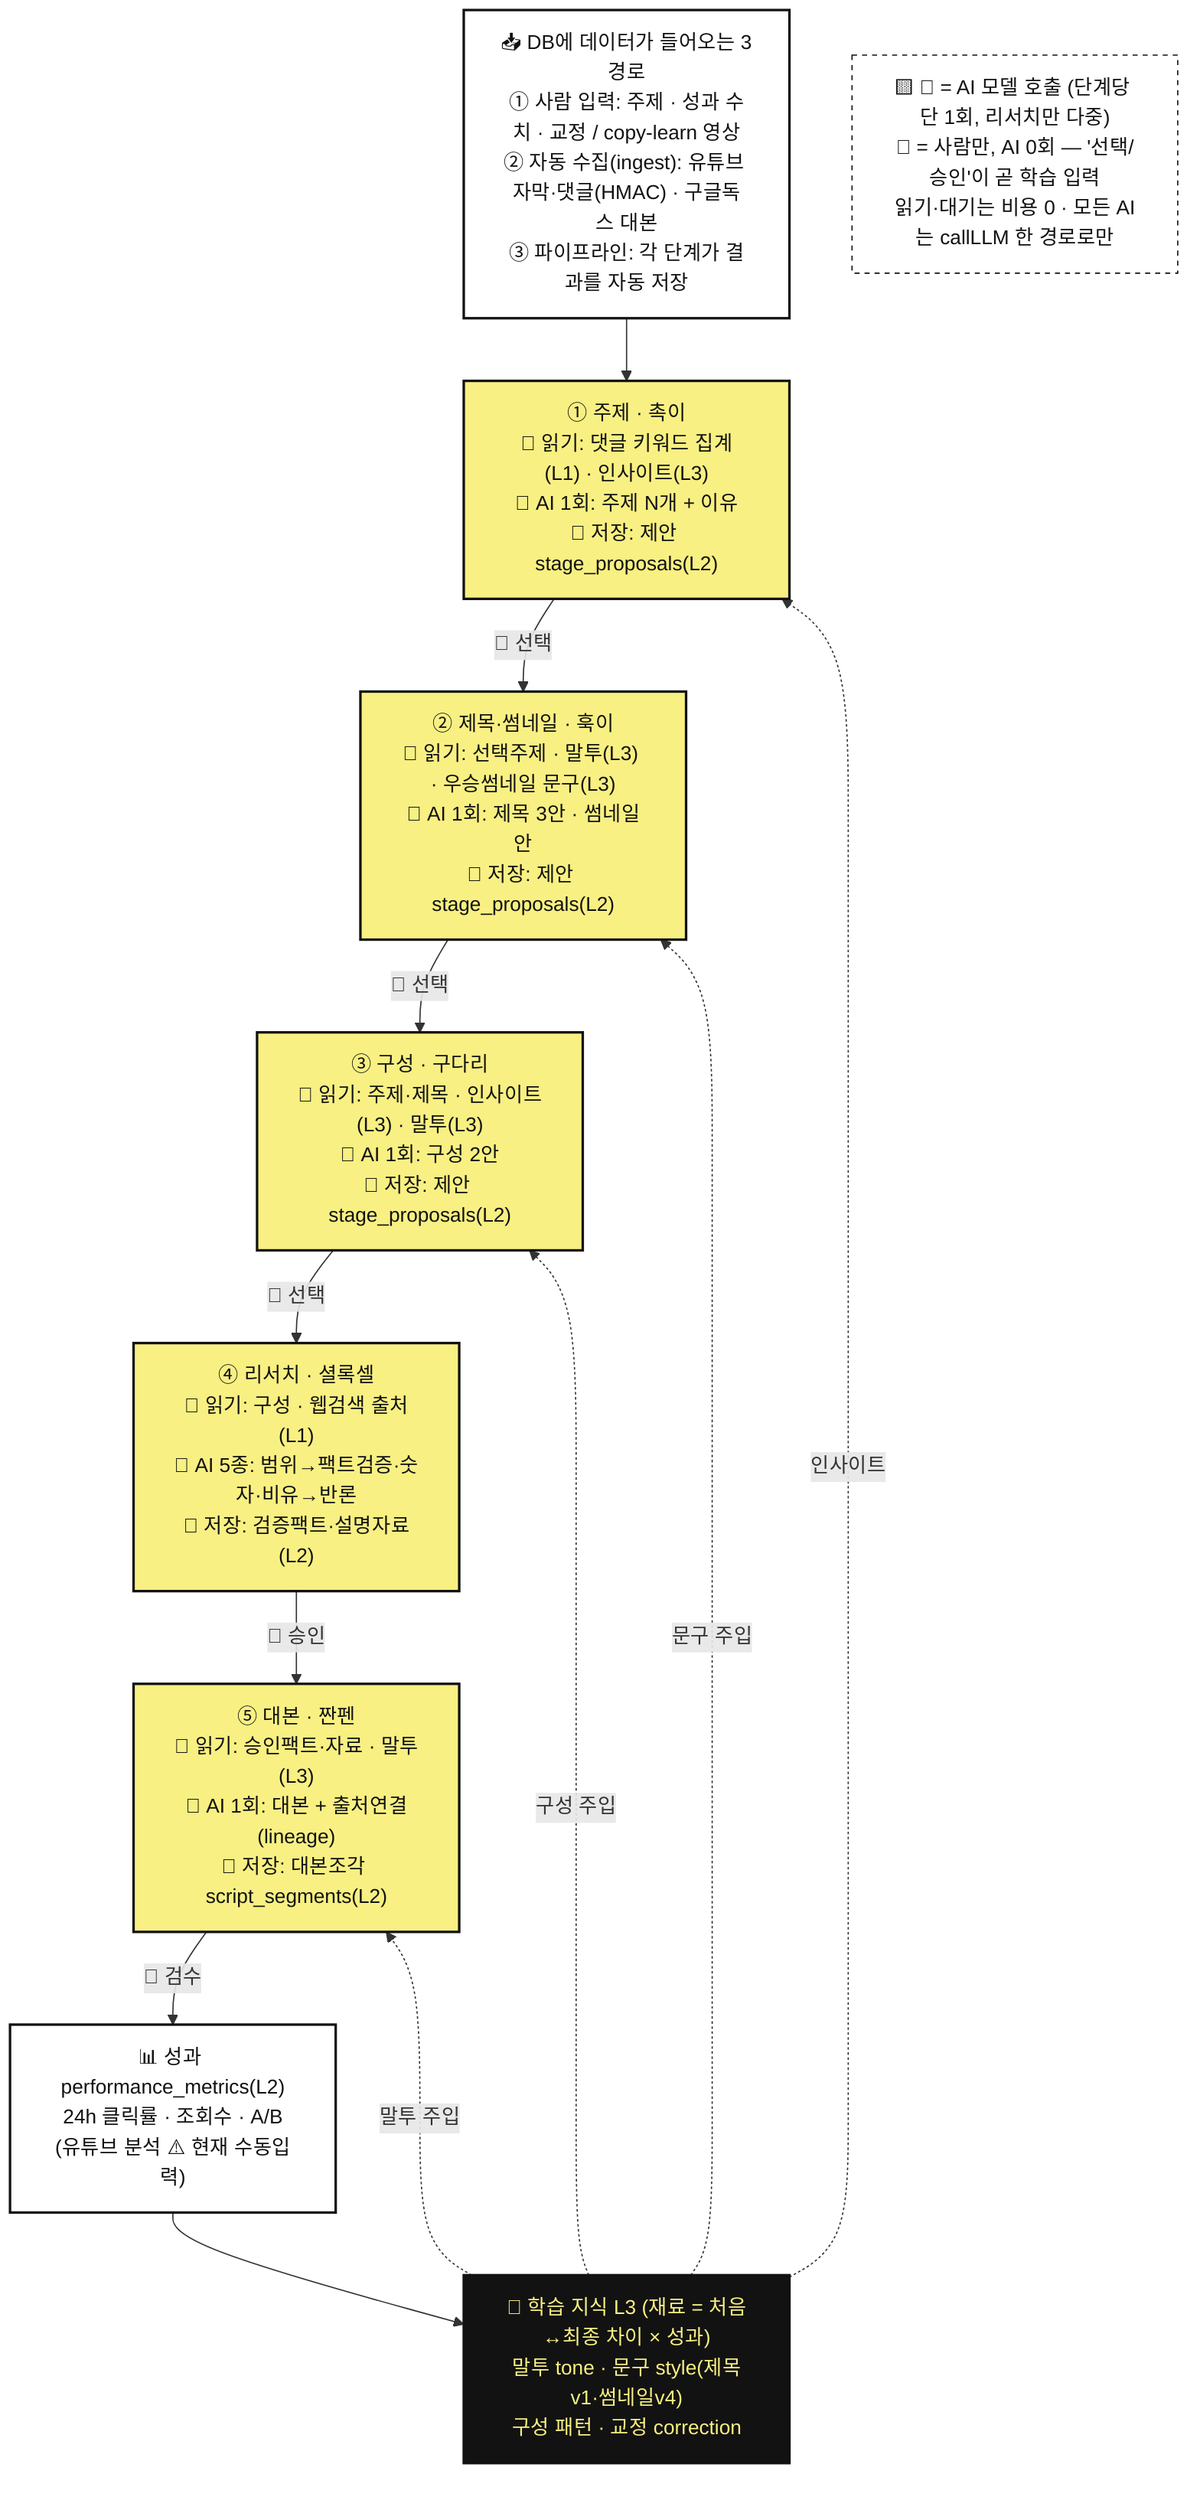
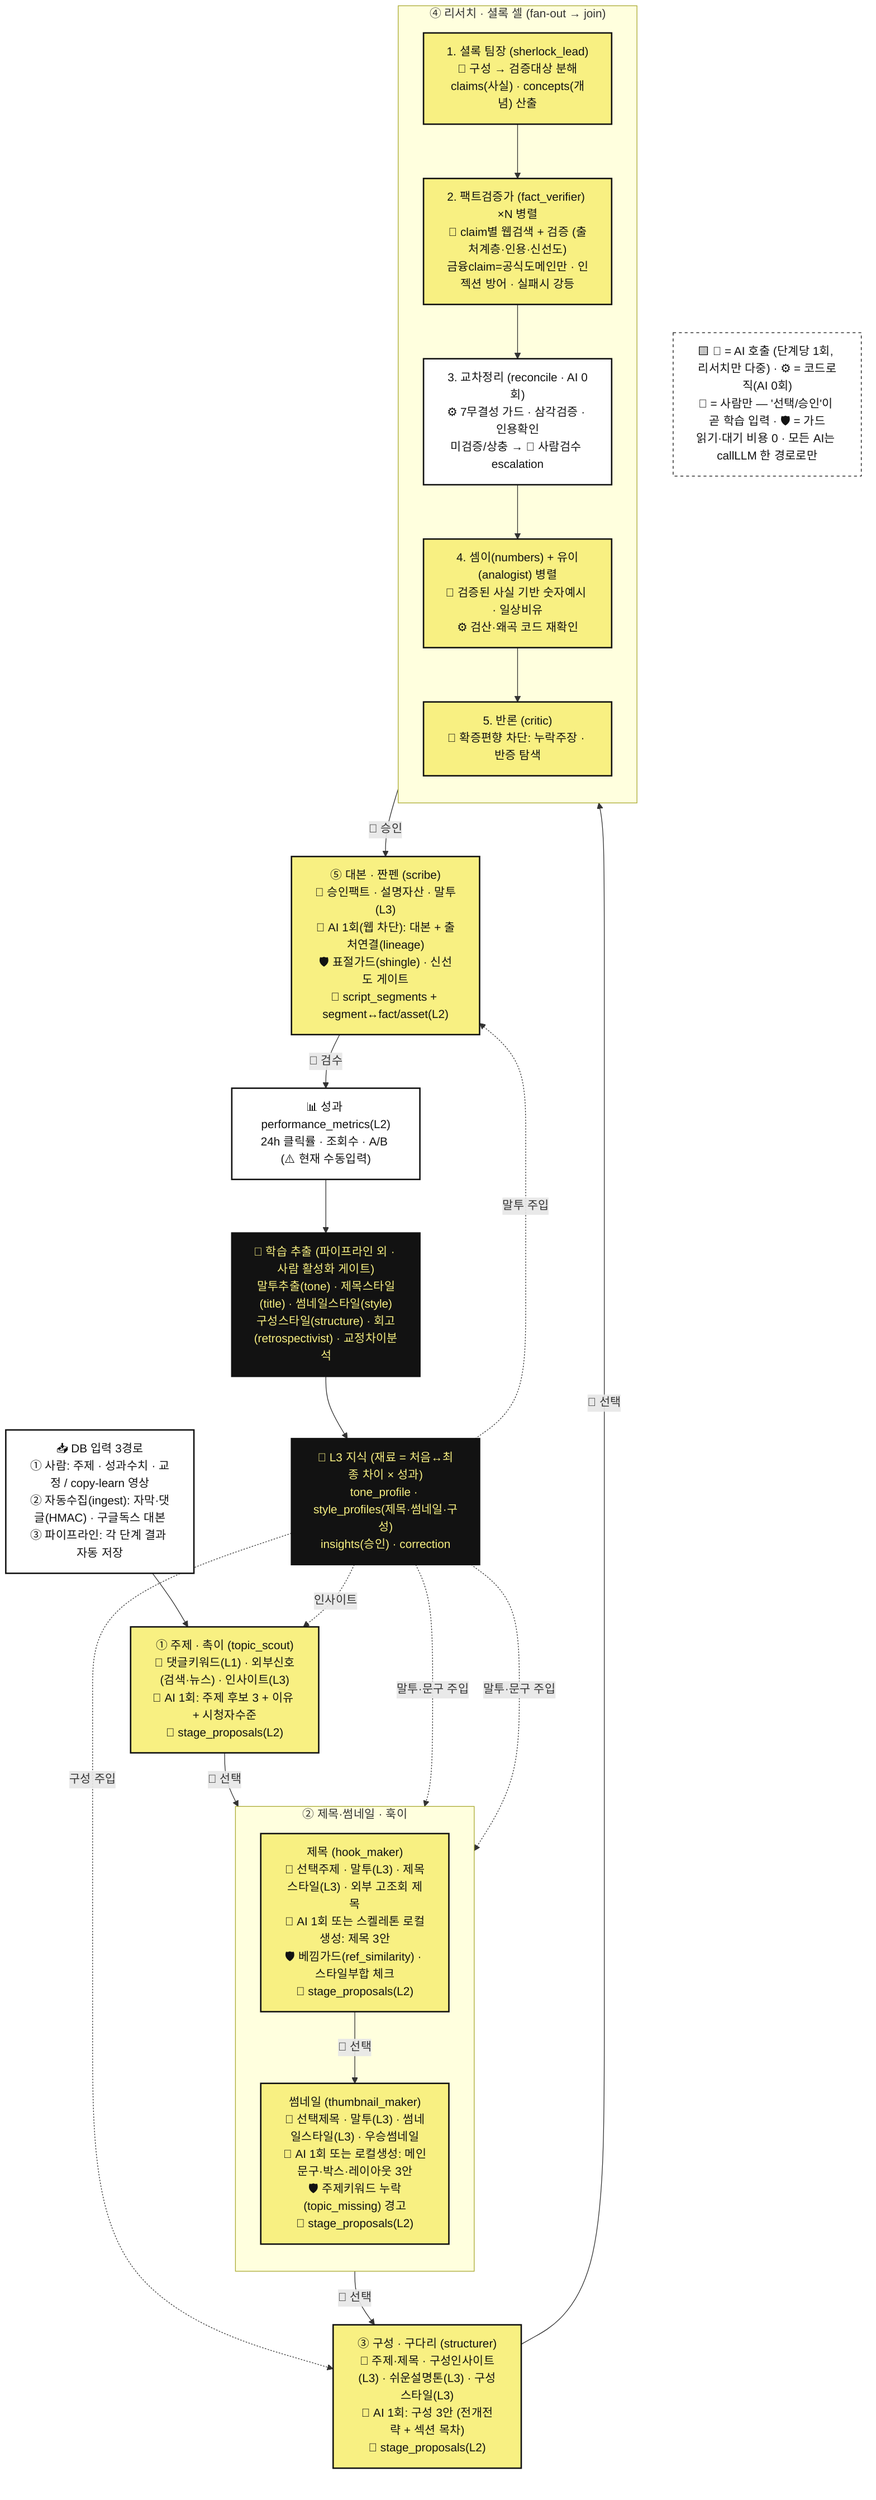
graph TD
-   INP["📥 DB에 데이터가 들어오는 3경로<br/>① 사람 입력: 주제 · 성과 수치 · 교정 / copy-learn 영상<br/>② 자동 수집(ingest): 유튜브 자막·댓글(HMAC) · 구글독스 대본<br/>③ 파이프라인: 각 단계가 결과를 자동 저장"]:::in
+   INP["📥 DB 입력 3경로<br/>① 사람: 주제 · 성과수치 · 교정 / copy-learn 영상<br/>② 자동수집(ingest): 자막·댓글(HMAC) · 구글독스 대본<br/>③ 파이프라인: 각 단계 결과 자동 저장"]:::in

-   S1["① 주제 · 촉이<br/>📖 읽기: 댓글 키워드 집계(L1) · 인사이트(L3)<br/>🤖 AI 1회: 주제 N개 + 이유<br/>💾 저장: 제안 stage_proposals(L2)"]:::step
-   S2["② 제목·썸네일 · 훅이<br/>📖 읽기: 선택주제 · 말투(L3) · 우승썸네일 문구(L3)<br/>🤖 AI 1회: 제목 3안 · 썸네일안<br/>💾 저장: 제안 stage_proposals(L2)"]:::step
-   S3["③ 구성 · 구다리<br/>📖 읽기: 주제·제목 · 인사이트(L3) · 말투(L3)<br/>🤖 AI 1회: 구성 2안<br/>💾 저장: 제안 stage_proposals(L2)"]:::step
-   S4["④ 리서치 · 셜록셀<br/>📖 읽기: 구성 · 웹검색 출처(L1)<br/>🤖 AI 5종: 범위→팩트검증·숫자·비유→반론<br/>💾 저장: 검증팩트·설명자료(L2)"]:::step
-   S5["⑤ 대본 · 짠펜<br/>📖 읽기: 승인팩트·자료 · 말투(L3)<br/>🤖 AI 1회: 대본 + 출처연결(lineage)<br/>💾 저장: 대본조각 script_segments(L2)"]:::step
+   S1["① 주제 · 촉이 (topic_scout)<br/>📖 댓글키워드(L1) · 외부신호(검색·뉴스) · 인사이트(L3)<br/>🤖 AI 1회: 주제 후보 3 + 이유 + 시청자수준<br/>💾 stage_proposals(L2)"]:::step

-   PERF["📊 성과 performance_metrics(L2)<br/>24h 클릭률 · 조회수 · A/B<br/>(유튜브 분석 ⚠️ 현재 수동입력)"]:::data
-   LEARN["🧠 학습 지식 L3 (재료 = 처음↔최종 차이 × 성과)<br/>말투 tone · 문구 style(제목v1·썸네일v4)<br/>구성 패턴 · 교정 correction"]:::learn
+   subgraph H["② 제목·썸네일 · 훅이"]
+     direction TB
+     T1["제목 (hook_maker)<br/>📖 선택주제 · 말투(L3) · 제목스타일(L3) · 외부 고조회 제목<br/>🤖 AI 1회 또는 스켈레톤 로컬생성: 제목 3안<br/>🛡️ 베낌가드(ref_similarity) · 스타일부합 체크<br/>💾 stage_proposals(L2)"]:::step
+     T2["썸네일 (thumbnail_maker)<br/>📖 선택제목 · 말투(L3) · 썸네일스타일(L3) · 우승썸네일<br/>🤖 AI 1회 또는 로컬생성: 메인문구·박스·레이아웃 3안<br/>🛡️ 주제키워드 누락(topic_missing) 경고<br/>💾 stage_proposals(L2)"]:::step
+     T1 -->|"👤 선택"| T2
+   end
+ 
+   S3["③ 구성 · 구다리 (structurer)<br/>📖 주제·제목 · 구성인사이트(L3) · 쉬운설명톤(L3) · 구성스타일(L3)<br/>🤖 AI 1회: 구성 3안 (전개전략 + 섹션 목차)<br/>💾 stage_proposals(L2)"]:::step
+ 
+   subgraph RC["④ 리서치 · 셜록 셀 (fan-out → join)"]
+     direction TB
+     R1["1. 셜록 팀장 (sherlock_lead)<br/>🤖 구성 → 검증대상 분해<br/>claims(사실) · concepts(개념) 산출"]:::step
+     R2["2. 팩트검증가 (fact_verifier) ×N 병렬<br/>🤖 claim별 웹검색 + 검증 (출처계층·인용·신선도)<br/>금융claim=공식도메인만 · 인젝션 방어 · 실패시 강등"]:::step
+     R3["3. 교차정리 (reconcile · AI 0회)<br/>⚙️ 7무결성 가드 · 삼각검증 · 인용확인<br/>미검증/상충 → 👤 사람검수 escalation"]:::data
+     R4["4. 셈이(numbers) + 유이(analogist) 병렬<br/>🤖 검증된 사실 기반 숫자예시 · 일상비유<br/>⚙️ 검산·왜곡 코드 재확인"]:::step
+     R5["5. 반론 (critic)<br/>🤖 확증편향 차단: 누락주장 · 반증 탐색"]:::step
+     R1 --> R2 --> R3 --> R4 --> R5
+   end
+ 
+   S5["⑤ 대본 · 짠펜 (scribe)<br/>📖 승인팩트 · 설명자산 · 말투(L3)<br/>🤖 AI 1회(웹 차단): 대본 + 출처연결(lineage)<br/>🛡️ 표절가드(shingle) · 신선도 게이트<br/>💾 script_segments + segment↔fact/asset(L2)"]:::step
+ 
+   PERF["📊 성과 performance_metrics(L2)<br/>24h 클릭률 · 조회수 · A/B (⚠️ 현재 수동입력)"]:::data
+   EXT["🧪 학습 추출 (파이프라인 외 · 사람 활성화 게이트)<br/>말투추출(tone) · 제목스타일(title) · 썸네일스타일(style)<br/>구성스타일(structure) · 회고(retrospectivist) · 교정차이분석"]:::learn
+   LEARN["🧠 L3 지식 (재료 = 처음↔최종 차이 × 성과)<br/>tone_profile · style_profiles(제목·썸네일·구성)<br/>insights(승인) · correction"]:::learn

  INP --> S1
-   S1 -->|"👤 선택"| S2
-   S2 -->|"👤 선택"| S3
-   S3 -->|"👤 선택"| S4
-   S4 -->|"👤 승인"| S5
+   S1 -->|"👤 선택"| T1
+   T2 -->|"👤 선택"| S3
+   S3 -->|"👤 선택"| R1
+   R5 -->|"👤 승인"| S5
  S5 -->|"👤 검수"| PERF
-   PERF --> LEARN
+   PERF --> EXT --> LEARN
  LEARN -."말투 주입".-> S5
-   LEARN -."문구 주입".-> S2
+   LEARN -."말투·문구 주입".-> T1
+   LEARN -."말투·문구 주입".-> T2
  LEARN -."구성 주입".-> S3
  LEARN -."인사이트".-> S1

-   LEG["🟨 🤖 = AI 모델 호출 (단계당 단 1회, 리서치만 다중)<br/>👤 = 사람만, AI 0회 — '선택/승인'이 곧 학습 입력<br/>읽기·대기는 비용 0 · 모든 AI는 callLLM 한 경로로만"]:::legend
+   LEG["🟨 🤖 = AI 호출 (단계당 1회, 리서치만 다중) · ⚙️ = 코드로직(AI 0회)<br/>👤 = 사람만 — '선택/승인'이 곧 학습 입력 · 🛡️ = 가드<br/>읽기·대기 비용 0 · 모든 AI는 callLLM 한 경로로만"]:::legend

  classDef in fill:#ffffff,color:#121212,stroke:#121212,stroke-width:2px
  classDef step fill:#F8F082,color:#121212,stroke:#121212,stroke-width:2px
  classDef data fill:#ffffff,color:#121212,stroke:#121212,stroke-width:2px
  classDef learn fill:#121212,color:#F8F082,stroke:#121212,stroke-width:2px
  classDef legend fill:#ffffff,color:#121212,stroke:#121212,stroke-dasharray:4
